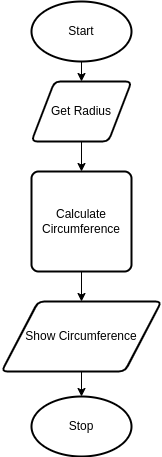
The draw.io diagram design.flowchart.png in Yiyun-Qin/ICS3U-Unit2-03-Python, before a commit. Source tidied: cells renumbered, new cells last; positions are measured from the earlier drawing's top-left corner, leaving out a move shared by most shapes. Source of this version:
```xml
<mxGraphModel>
  <root>
    <mxCell id="0" />
    <mxCell id="1" parent="0" />
    <mxCell id="2" style="edgeStyle=orthogonalEdgeStyle;rounded=0;html=1;exitX=0.5;exitY=1;exitDx=0;exitDy=0;exitPerimeter=0;entryX=0.5;entryY=0;entryDx=0;entryDy=0;" parent="1" edge="1" source="3" target="5">
      <mxGeometry relative="1" as="geometry" />
    </mxCell>
    <mxCell id="3" value="Start" style="strokeWidth=2;html=1;shape=mxgraph.flowchart.start_1;whiteSpace=wrap;" parent="1" vertex="1">
      <mxGeometry x="30" width="100" height="60" as="geometry" />
    </mxCell>
    <mxCell id="4" style="edgeStyle=orthogonalEdgeStyle;rounded=0;html=1;exitX=0.5;exitY=1;exitDx=0;exitDy=0;entryX=0.5;entryY=0;entryDx=0;entryDy=0;" parent="1" edge="1" source="5" target="7">
      <mxGeometry relative="1" as="geometry" />
    </mxCell>
    <mxCell id="5" value="Get Radius" style="shape=parallelogram;html=1;strokeWidth=2;perimeter=parallelogramPerimeter;whiteSpace=wrap;rounded=1;arcSize=12;size=0.23;" parent="1" vertex="1">
      <mxGeometry x="30" y="80" width="100" height="60" as="geometry" />
    </mxCell>
    <mxCell id="6" style="edgeStyle=orthogonalEdgeStyle;rounded=0;html=1;exitX=0.5;exitY=1;exitDx=0;exitDy=0;entryX=0.5;entryY=0;entryDx=0;entryDy=0;" parent="1" edge="1" source="7" target="9">
      <mxGeometry relative="1" as="geometry" />
    </mxCell>
    <mxCell id="7" value="Calculate Circumference" style="rounded=1;whiteSpace=wrap;html=1;absoluteArcSize=1;arcSize=14;strokeWidth=2;" parent="1" vertex="1">
      <mxGeometry x="30" y="170" width="100" height="100" as="geometry" />
    </mxCell>
    <mxCell id="8" style="edgeStyle=orthogonalEdgeStyle;rounded=0;html=1;exitX=0.5;exitY=1;exitDx=0;exitDy=0;entryX=0.5;entryY=0;entryDx=0;entryDy=0;entryPerimeter=0;" parent="1" edge="1" source="9" target="10">
      <mxGeometry relative="1" as="geometry" />
    </mxCell>
    <mxCell id="9" value="Show Circumference" style="shape=parallelogram;html=1;strokeWidth=2;perimeter=parallelogramPerimeter;whiteSpace=wrap;rounded=1;arcSize=12;size=0.23;" parent="1" vertex="1">
      <mxGeometry y="300" width="160" height="70" as="geometry" />
    </mxCell>
    <mxCell id="10" value="Stop" style="strokeWidth=2;html=1;shape=mxgraph.flowchart.start_1;whiteSpace=wrap;" parent="1" vertex="1">
      <mxGeometry x="30" y="395" width="100" height="60" as="geometry" />
    </mxCell>
  </root>
</mxGraphModel>
```
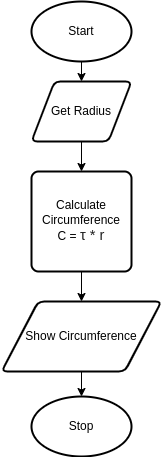
Later version of the same file.

Commit message:
top-down and floatchart

Change to the diagram source:
```diff
@@ -17,7 +17,7 @@
     <mxCell id="6" style="edgeStyle=orthogonalEdgeStyle;rounded=0;html=1;exitX=0.5;exitY=1;exitDx=0;exitDy=0;entryX=0.5;entryY=0;entryDx=0;entryDy=0;" parent="1" edge="1" source="7" target="9">
       <mxGeometry relative="1" as="geometry" />
     </mxCell>
-    <mxCell id="7" value="Calculate Circumference" style="rounded=1;whiteSpace=wrap;html=1;absoluteArcSize=1;arcSize=14;strokeWidth=2;" parent="1" vertex="1">
+    <mxCell id="7" value="Calculate Circumference&lt;br&gt;C =&amp;nbsp;&lt;span style=&quot;color: rgb(33 , 33 , 33) ; font-family: &amp;#34;lato&amp;#34; , sans-serif ; font-size: 14.6667px ; text-align: left&quot;&gt;τ * r&lt;/span&gt;" style="rounded=1;whiteSpace=wrap;html=1;absoluteArcSize=1;arcSize=14;strokeWidth=2;" parent="1" vertex="1">
       <mxGeometry x="30" y="170" width="100" height="100" as="geometry" />
     </mxCell>
     <mxCell id="8" style="edgeStyle=orthogonalEdgeStyle;rounded=0;html=1;exitX=0.5;exitY=1;exitDx=0;exitDy=0;entryX=0.5;entryY=0;entryDx=0;entryDy=0;entryPerimeter=0;" parent="1" edge="1" source="9" target="10">
```
